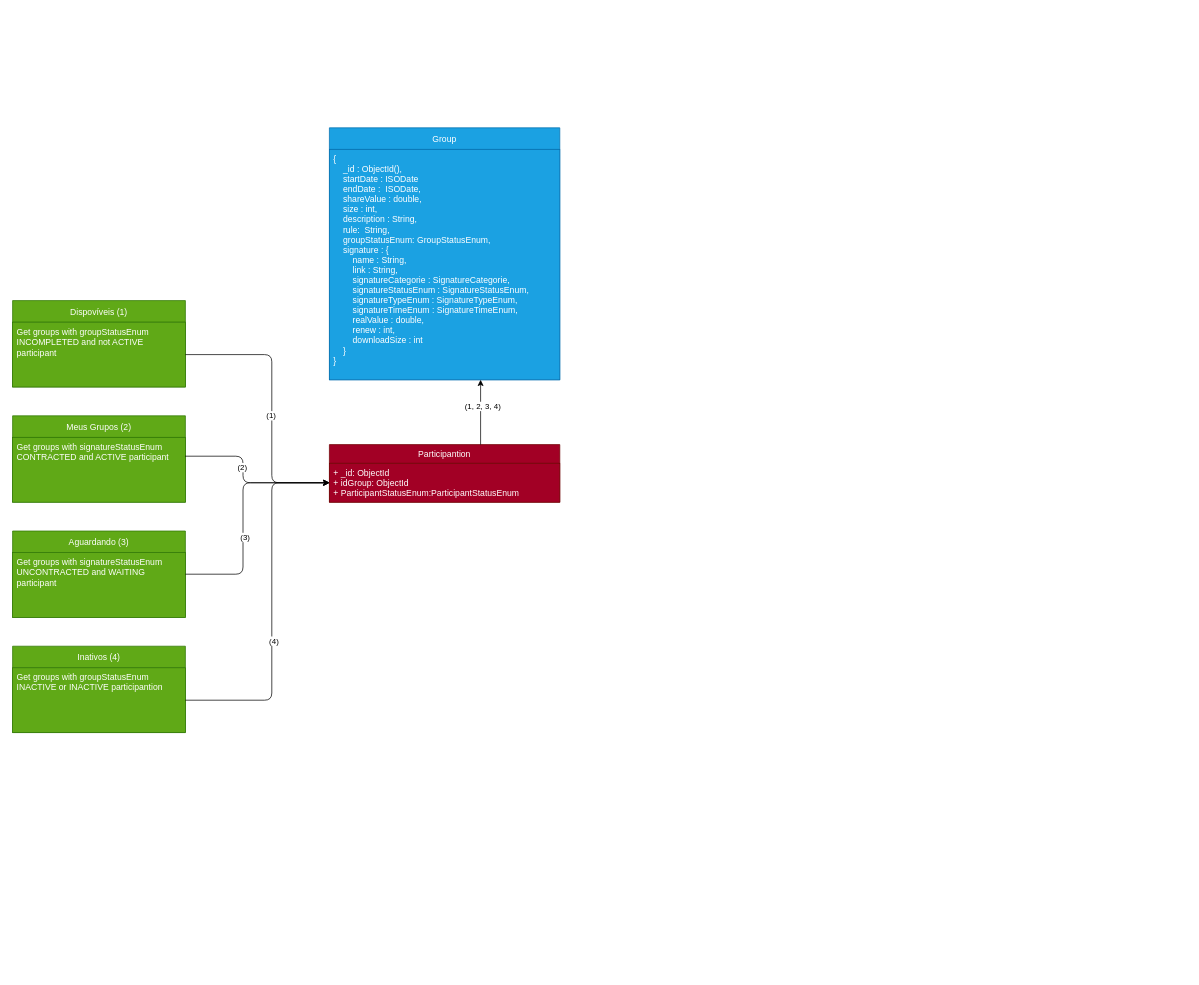
The draw.io diagram page "Pages" (1 of 5) of SharEver.drawio in hoiama/UML, before the edit. Source tidied: cells renumbered, new cells numbered last; positions are measured from the earlier drawing's top-left corner, leaving out a move shared by most shapes. Both pictures are drawn from the tidied source at 72%, with x=0, y=0 at pixel (12, 127).
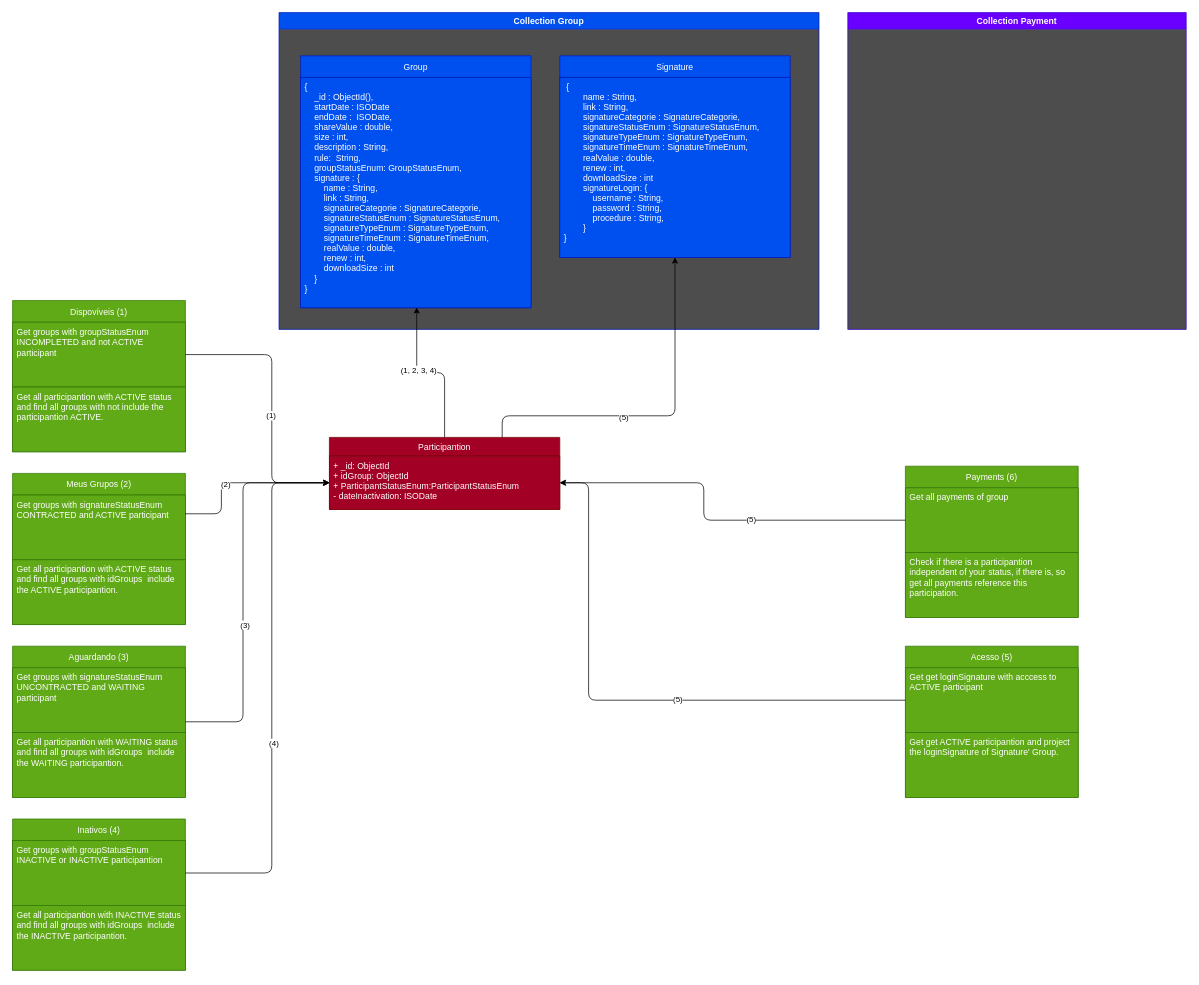
Above is the later version.

The change refers to these unchanged cells:
```xml
<mxCell id="7" value="Get groups with signatureStatusEnum CONTRACTED and ACTIVE participant" style="text;strokeColor=#2D7600;fillColor=#60a917;align=left;verticalAlign=top;spacingLeft=4;spacingRight=4;overflow=hidden;points=[[0,0.5],[1,0.5]];portConstraint=eastwest;fontSize=12;fontColor=#ffffff;whiteSpace=wrap;" parent="6" vertex="1">
  <mxGeometry y="30" width="240" height="90" as="geometry" />
</mxCell>
<mxCell id="21" value="Get groups with groupStatusEnum INACTIVE or INACTIVE participantion" style="text;strokeColor=#2D7600;fillColor=#60a917;align=left;verticalAlign=top;spacingLeft=4;spacingRight=4;overflow=hidden;points=[[0,0.5],[1,0.5]];portConstraint=eastwest;fontSize=12;fontColor=#ffffff;whiteSpace=wrap;" parent="20" vertex="1">
  <mxGeometry y="30" width="240" height="90" as="geometry" />
</mxCell>
```

Change to the diagram source:
```diff
@@
-    <mxCell id="2" value="Group" style="swimlane;fontStyle=0;horizontal=1;startSize=30;fillColor=#1ba1e2;strokeColor=#006EAF;fontColor=#ffffff;" parent="1" vertex="1">
-      <mxGeometry x="440" width="320" height="350" as="geometry" />
-    </mxCell>
-    <mxCell id="3" value="{&#10;    _id : ObjectId(),&#10;    startDate : ISODate&#10;    endDate :  ISODate,&#10;    shareValue : double,&#10;    size : int,&#10;    description : String,&#10;    rule:  String,&#10;    groupStatusEnum: GroupStatusEnum,&#10;    signature : {&#10;        name : String,&#10;        link : String,&#10;        signatureCategorie : SignatureCategorie,&#10;        signatureStatusEnum : SignatureStatusEnum,&#10;        signatureTypeEnum : SignatureTypeEnum,&#10;        signatureTimeEnum : SignatureTimeEnum,&#10;        realValue : double,&#10;        renew : int,&#10;        downloadSize : int&#10;    }&#10;}" style="text;strokeColor=#006EAF;fillColor=#1ba1e2;align=left;verticalAlign=top;spacingLeft=4;spacingRight=4;overflow=hidden;points=[[0,0.5],[1,0.5]];portConstraint=eastwest;fontSize=12;fontColor=#ffffff;" parent="2" vertex="1">
-      <mxGeometry y="30" width="320" height="320" as="geometry" />
-    </mxCell>
     <mxCell id="4" value="Dispovíveis (1)" style="swimlane;fontStyle=0;horizontal=1;startSize=30;fillColor=#60a917;strokeColor=#2D7600;fontColor=#ffffff;" parent="1" vertex="1">
-      <mxGeometry y="240" width="240" height="120" as="geometry" />
+      <mxGeometry y="240" width="240" height="210" as="geometry" />
     </mxCell>
@@
+    <mxCell id="24" value="Get all participantion with ACTIVE status and find all groups with not include the participantion ACTIVE." style="text;strokeColor=#2D7600;fillColor=#60a917;align=left;verticalAlign=top;spacingLeft=4;spacingRight=4;overflow=hidden;fontSize=12;fontColor=#ffffff;whiteSpace=wrap;" parent="4" vertex="1">
+      <mxGeometry y="120" width="240" height="90" as="geometry" />
+    </mxCell>
     <mxCell id="6" value="Meus Grupos (2)" style="swimlane;fontStyle=0;horizontal=1;startSize=30;fillColor=#60a917;strokeColor=#2D7600;fontColor=#ffffff;" parent="1" vertex="1">
-      <mxGeometry y="400" width="240" height="120" as="geometry" />
+      <mxGeometry y="480" width="240" height="210" as="geometry" />
     </mxCell>
@@
+    <mxCell id="25" value="Get all participantion with ACTIVE status and find all groups with idGroups  include the ACTIVE participantion." style="text;strokeColor=#2D7600;fillColor=#60a917;align=left;verticalAlign=top;spacingLeft=4;spacingRight=4;overflow=hidden;fontSize=12;fontColor=#ffffff;whiteSpace=wrap;" parent="6" vertex="1">
+      <mxGeometry y="120" width="240" height="90" as="geometry" />
+    </mxCell>
     <mxCell id="8" value="Participantion" style="swimlane;fontStyle=0;horizontal=1;startSize=26;fillColor=#a20025;strokeColor=#6F0000;fontColor=#ffffff;" parent="1" vertex="1">
-      <mxGeometry x="440" y="440" width="320" height="80" as="geometry" />
+      <mxGeometry x="440" y="430" width="320" height="100" as="geometry" />
     </mxCell>
-    <mxCell id="9" value="+ _id: ObjectId&#10;+ idGroup: ObjectId&#10;+ ParticipantStatusEnum:ParticipantStatusEnum&#10;" style="text;strokeColor=#6F0000;fillColor=#a20025;align=left;verticalAlign=top;spacingLeft=4;spacingRight=4;overflow=hidden;points=[[0,0.5],[1,0.5]];portConstraint=eastwest;fontColor=#ffffff;" parent="8" vertex="1">
-      <mxGeometry y="26" width="320" height="54" as="geometry" />
+    <mxCell id="9" value="+ _id: ObjectId&#10;+ idGroup: ObjectId&#10;+ ParticipantStatusEnum:ParticipantStatusEnum&#10;- dateInactivation: ISODate" style="text;strokeColor=#6F0000;fillColor=#a20025;align=left;verticalAlign=top;spacingLeft=4;spacingRight=4;overflow=hidden;points=[[0,0.5],[1,0.5]];portConstraint=eastwest;fontColor=#ffffff;" parent="8" vertex="1">
+      <mxGeometry y="26" width="320" height="74" as="geometry" />
     </mxCell>
@@
     <mxCell id="12" style="edgeStyle=orthogonalEdgeStyle;jettySize=auto;html=1;entryX=0;entryY=0.5;entryDx=0;entryDy=0;exitX=0.998;exitY=0.29;exitDx=0;exitDy=0;exitPerimeter=0;fillColor=#f5f5f5;" parent="1" edge="1" source="7" target="9">
       <mxGeometry relative="1" as="geometry">
         <Array as="points">
-          <mxPoint x="320" y="456" />
-          <mxPoint x="320" y="493" />
+          <mxPoint x="290" y="536" />
+          <mxPoint x="290" y="493" />
         </Array>
       </mxGeometry>
     </mxCell>
@@
-    <mxCell id="14" style="edgeStyle=orthogonalEdgeStyle;orthogonalLoop=1;jettySize=auto;html=1;fillColor=#f5f5f5;" parent="1" edge="1">
-      <mxGeometry relative="1" as="geometry">
-        <mxPoint x="650" y="440" as="sourcePoint" />
-        <mxPoint x="650" y="350" as="targetPoint" />
-      </mxGeometry>
-    </mxCell>
-    <mxCell id="15" value="(1, 2, 3, 4)" style="edgeLabel;html=1;align=center;verticalAlign=middle;" parent="14" vertex="1">
-      <mxGeometry x="0.2" y="-2" relative="1" as="geometry" />
-    </mxCell>
     <mxCell id="16" value="Aguardando (3)" style="swimlane;fontStyle=0;horizontal=1;startSize=30;fillColor=#60a917;strokeColor=#2D7600;fontColor=#ffffff;" parent="1" vertex="1">
-      <mxGeometry y="560" width="240" height="120" as="geometry" />
+      <mxGeometry y="720" width="240" height="210" as="geometry" />
     </mxCell>
@@
+    <mxCell id="26" value="Get all participantion with WAITING status and find all groups with idGroups  include the WAITING participantion." style="text;strokeColor=#2D7600;fillColor=#60a917;align=left;verticalAlign=top;spacingLeft=4;spacingRight=4;overflow=hidden;fontSize=12;fontColor=#ffffff;whiteSpace=wrap;" parent="16" vertex="1">
+      <mxGeometry y="120" width="240" height="90" as="geometry" />
+    </mxCell>
     <mxCell id="18" style="edgeStyle=orthogonalEdgeStyle;jettySize=auto;html=1;entryX=0;entryY=0.5;entryDx=0;entryDy=0;exitX=1;exitY=0.5;exitDx=0;exitDy=0;fillColor=#f5f5f5;" parent="1" edge="1" source="16" target="9">
       <mxGeometry relative="1" as="geometry">
         <Array as="points">
-          <mxPoint x="320" y="620" />
+          <mxPoint x="320" y="825" />
           <mxPoint x="320" y="493" />
         </Array>
       </mxGeometry>
     </mxCell>
@@
     <mxCell id="20" value="Inativos (4)" style="swimlane;fontStyle=0;horizontal=1;startSize=30;fillColor=#60a917;strokeColor=#2D7600;fontColor=#ffffff;" parent="1" vertex="1">
-      <mxGeometry y="720" width="240" height="120" as="geometry" />
+      <mxGeometry y="960" width="240" height="210" as="geometry" />
     </mxCell>
@@
+    <mxCell id="27" value="Get all participantion with INACTIVE status and find all groups with idGroups  include the INACTIVE participantion." style="text;strokeColor=#2D7600;fillColor=#60a917;align=left;verticalAlign=top;spacingLeft=4;spacingRight=4;overflow=hidden;fontSize=12;fontColor=#ffffff;whiteSpace=wrap;" parent="20" vertex="1">
+      <mxGeometry y="120" width="240" height="90" as="geometry" />
+    </mxCell>
     <mxCell id="22" style="edgeStyle=orthogonalEdgeStyle;jettySize=auto;html=1;entryX=0;entryY=0.5;entryDx=0;entryDy=0;exitX=1;exitY=0.5;exitDx=0;exitDy=0;fillColor=#f5f5f5;" parent="1" edge="1" source="21" target="9">
       <mxGeometry relative="1" as="geometry">
         <Array as="points">
-          <mxPoint x="360" y="795" />
+          <mxPoint x="360" y="1035" />
           <mxPoint x="360" y="493" />
+          <mxPoint x="440" y="493" />
         </Array>
       </mxGeometry>
     </mxCell>
@@
+    <mxCell id="28" value="Acesso (5)" style="swimlane;fontStyle=0;horizontal=1;startSize=30;fillColor=#60a917;strokeColor=#2D7600;fontColor=#ffffff;" parent="1" vertex="1">
+      <mxGeometry x="1240" y="720" width="240" height="210" as="geometry" />
+    </mxCell>
+    <mxCell id="29" value="Get get loginSignature with acccess to ACTIVE participant" style="text;strokeColor=#2D7600;fillColor=#60a917;align=left;verticalAlign=top;spacingLeft=4;spacingRight=4;overflow=hidden;points=[[0,0.5],[1,0.5]];portConstraint=eastwest;fontSize=12;fontColor=#ffffff;whiteSpace=wrap;" parent="28" vertex="1">
+      <mxGeometry y="30" width="240" height="90" as="geometry" />
+    </mxCell>
+    <mxCell id="30" value="Get get ACTIVE participantion and project the loginSignature of Signature' Group." style="text;strokeColor=#2D7600;fillColor=#60a917;align=left;verticalAlign=top;spacingLeft=4;spacingRight=4;overflow=hidden;fontSize=12;fontColor=#ffffff;whiteSpace=wrap;" parent="28" vertex="1">
+      <mxGeometry y="120" width="240" height="90" as="geometry" />
+    </mxCell>
+    <mxCell id="31" style="edgeStyle=orthogonalEdgeStyle;jettySize=auto;html=1;entryX=1;entryY=0.5;entryDx=0;entryDy=0;exitX=0;exitY=0.5;exitDx=0;exitDy=0;fillColor=#f5f5f5;" parent="1" edge="1" source="29" target="9">
+      <mxGeometry relative="1" as="geometry">
+        <Array as="points">
+          <mxPoint x="800" y="795" />
+          <mxPoint x="800" y="493" />
+        </Array>
+      </mxGeometry>
+    </mxCell>
+    <mxCell id="32" value="(5)" style="edgeLabel;html=1;align=center;verticalAlign=middle;" parent="31" vertex="1">
+      <mxGeometry x="-0.19" y="-2" relative="1" as="geometry" />
+    </mxCell>
+    <mxCell id="33" value="Payments (6)" style="swimlane;fontStyle=0;horizontal=1;startSize=30;fillColor=#60a917;strokeColor=#2D7600;fontColor=#ffffff;" parent="1" vertex="1">
+      <mxGeometry x="1240" y="470" width="240" height="210" as="geometry" />
+    </mxCell>
+    <mxCell id="34" value="Get all payments of group" style="text;strokeColor=#2D7600;fillColor=#60a917;align=left;verticalAlign=top;spacingLeft=4;spacingRight=4;overflow=hidden;points=[[0,0.5],[1,0.5]];portConstraint=eastwest;fontSize=12;fontColor=#ffffff;whiteSpace=wrap;" parent="33" vertex="1">
+      <mxGeometry y="30" width="240" height="90" as="geometry" />
+    </mxCell>
+    <mxCell id="35" value="Check if there is a participantion independent of your status, if there is, so get all payments reference this participation." style="text;strokeColor=#2D7600;fillColor=#60a917;align=left;verticalAlign=top;spacingLeft=4;spacingRight=4;overflow=hidden;fontSize=12;fontColor=#ffffff;whiteSpace=wrap;" parent="33" vertex="1">
+      <mxGeometry y="120" width="240" height="90" as="geometry" />
+    </mxCell>
+    <mxCell id="36" style="edgeStyle=orthogonalEdgeStyle;jettySize=auto;html=1;entryX=1;entryY=0.5;entryDx=0;entryDy=0;exitX=0;exitY=0.5;exitDx=0;exitDy=0;fillColor=#f5f5f5;" parent="1" edge="1" source="34" target="9">
+      <mxGeometry relative="1" as="geometry">
+        <Array as="points">
+          <mxPoint x="960" y="545" />
+          <mxPoint x="960" y="493" />
+        </Array>
+      </mxGeometry>
+    </mxCell>
+    <mxCell id="37" value="(5)" style="edgeLabel;html=1;align=center;verticalAlign=middle;" parent="36" vertex="1">
+      <mxGeometry x="-0.19" y="-2" relative="1" as="geometry" />
+    </mxCell>
+    <mxCell id="38" value="Collection Group" style="swimlane;fillColor=#0050ef;strokeColor=#001DBC;fontColor=#ffffff;swimlaneFillColor=#4D4D4D;" parent="1" vertex="1">
+      <mxGeometry x="370" y="-160" width="750" height="440" as="geometry" />
+    </mxCell>
+    <mxCell id="39" value="Signature" style="swimlane;fontStyle=0;horizontal=1;startSize=30;fillColor=#0050ef;strokeColor=#001DBC;fontColor=#ffffff;" parent="38" vertex="1">
+      <mxGeometry x="390" y="60" width="320" height="280" as="geometry" />
+    </mxCell>
+    <mxCell id="40" value=" {&#10;        name : String,&#10;        link : String,&#10;        signatureCategorie : SignatureCategorie,&#10;        signatureStatusEnum : SignatureStatusEnum,&#10;        signatureTypeEnum : SignatureTypeEnum,&#10;        signatureTimeEnum : SignatureTimeEnum,&#10;        realValue : double,&#10;        renew : int,&#10;        downloadSize : int&#10;        signatureLogin: {&#10;            username : String,&#10;            password : String,&#10;            procedure : String,&#10;        }&#10;}&#10;    " style="text;strokeColor=#001DBC;fillColor=#0050ef;align=left;verticalAlign=top;spacingLeft=4;spacingRight=4;overflow=hidden;fontSize=12;fontColor=#ffffff;" parent="39" vertex="1">
+      <mxGeometry y="30" width="320" height="250" as="geometry" />
+    </mxCell>
+    <mxCell id="2" value="Group" style="swimlane;fontStyle=0;horizontal=1;startSize=30;fillColor=#0050ef;strokeColor=#001DBC;fontColor=#ffffff;" parent="38" vertex="1">
+      <mxGeometry x="30" y="60" width="320" height="350" as="geometry" />
+    </mxCell>
+    <mxCell id="3" value="{&#10;    _id : ObjectId(),&#10;    startDate : ISODate&#10;    endDate :  ISODate,&#10;    shareValue : double,&#10;    size : int,&#10;    description : String,&#10;    rule:  String,&#10;    groupStatusEnum: GroupStatusEnum,&#10;    signature : {&#10;        name : String,&#10;        link : String,&#10;        signatureCategorie : SignatureCategorie,&#10;        signatureStatusEnum : SignatureStatusEnum,&#10;        signatureTypeEnum : SignatureTypeEnum,&#10;        signatureTimeEnum : SignatureTimeEnum,&#10;        realValue : double,&#10;        renew : int,&#10;        downloadSize : int&#10;    }&#10;}" style="text;strokeColor=#001DBC;fillColor=#0050ef;align=left;verticalAlign=top;spacingLeft=4;spacingRight=4;overflow=hidden;points=[[0,0.5],[1,0.5]];portConstraint=eastwest;fontSize=12;fontColor=#ffffff;" parent="2" vertex="1">
+      <mxGeometry y="30" width="320" height="320" as="geometry" />
+    </mxCell>
+    <mxCell id="41" value="Collection Payment" style="swimlane;fillColor=#6a00ff;strokeColor=#3700CC;fontColor=#ffffff;swimlaneFillColor=#4D4D4D;" parent="1" vertex="1">
+      <mxGeometry x="1160" y="-160" width="470" height="440" as="geometry" />
+    </mxCell>
+    <mxCell id="14" style="edgeStyle=orthogonalEdgeStyle;jettySize=auto;html=1;fillColor=#f5f5f5;exitX=0.5;exitY=0;exitDx=0;exitDy=0;entryX=0.504;entryY=0.998;entryDx=0;entryDy=0;entryPerimeter=0;" parent="1" edge="1" source="8" target="3">
+      <mxGeometry relative="1" as="geometry" />
+    </mxCell>
+    <mxCell id="15" value="(1, 2, 3, 4)" style="edgeLabel;html=1;align=center;verticalAlign=middle;" parent="14" vertex="1">
+      <mxGeometry x="0.2" y="-2" relative="1" as="geometry" />
+    </mxCell>
+    <mxCell id="42" style="edgeStyle=orthogonalEdgeStyle;jettySize=auto;html=1;exitX=0.75;exitY=0;exitDx=0;exitDy=0;fillColor=#f5f5f5;entryX=0.5;entryY=1;entryDx=0;entryDy=0;" parent="1" edge="1" source="8" target="39">
+      <mxGeometry relative="1" as="geometry">
+        <Array as="points">
+          <mxPoint x="680" y="400" />
+          <mxPoint x="920" y="400" />
+        </Array>
+      </mxGeometry>
+    </mxCell>
+    <mxCell id="43" value="(5)" style="edgeLabel;html=1;align=center;verticalAlign=middle;" parent="42" vertex="1">
+      <mxGeometry x="-0.19" y="-2" relative="1" as="geometry" />
+    </mxCell>
```
